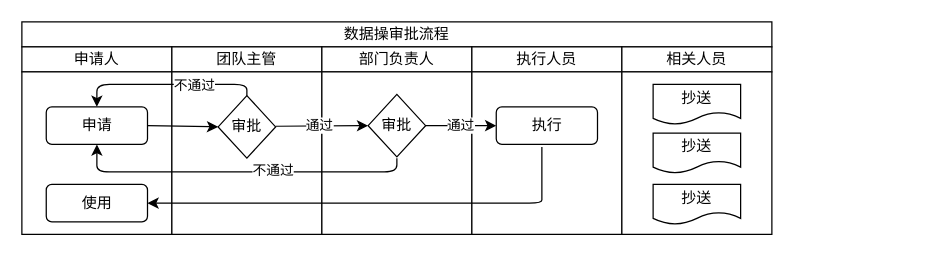
Before: Untitled Diagram.drawio in f4cknet/anjianrvms, a draw.io diagram. Source tidied: cells renumbered, new cells numbered last; positions are measured from the earlier drawing's top-left corner, leaving out a move shared by most shapes. Both pictures are drawn from the tidied source at 125%, with x=0, y=0 at pixel (21, 21).
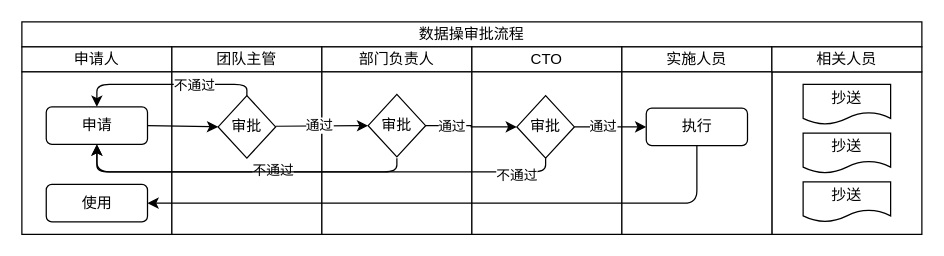
The same diagram, later.

Unchanged cells that the change refers to:
```xml
<mxCell id="9" value="申请" style="rounded=1;whiteSpace=wrap;html=1;" parent="1" vertex="1">
  <mxGeometry x="19.5" y="68" width="81" height="30" as="geometry" />
</mxCell>
<mxCell id="14" value="使用" style="rounded=1;whiteSpace=wrap;html=1;" parent="1" vertex="1">
  <mxGeometry x="19.5" y="130" width="81" height="30" as="geometry" />
</mxCell>
<mxCell id="17" value="审批" style="rhombus;whiteSpace=wrap;html=1;" parent="1" vertex="1">
  <mxGeometry x="277" y="58" width="46" height="50" as="geometry" />
</mxCell>
```

What changed in the source:
```diff
@@
+    <mxCell id="30" style="rounded=0;whiteSpace=wrap;html=1;fontStyle=1;" parent="1" vertex="1">
+      <mxGeometry x="600" y="40" width="120" height="130" as="geometry" />
+    </mxCell>
     <mxCell id="2" value="数据操审批流程" style="rounded=0;whiteSpace=wrap;html=1;" parent="1" vertex="1">
-      <mxGeometry width="600" height="20" as="geometry" />
+      <mxGeometry width="720" height="20" as="geometry" />
     </mxCell>
@@
-    <mxCell id="6" value="执行人员" style="rounded=0;whiteSpace=wrap;html=1;" parent="1" vertex="1">
+    <mxCell id="6" value="CTO" style="rounded=0;whiteSpace=wrap;html=1;" parent="1" vertex="1">
       <mxGeometry x="360" y="20" width="120" height="20" as="geometry" />
     </mxCell>
-    <mxCell id="7" value="相关人员" style="rounded=0;whiteSpace=wrap;html=1;" parent="1" vertex="1">
+    <mxCell id="7" value="实施人员" style="rounded=0;whiteSpace=wrap;html=1;" parent="1" vertex="1">
       <mxGeometry x="480" y="20" width="120" height="20" as="geometry" />
     </mxCell>
@@
-    <mxCell id="16" value="通过" style="edgeStyle=orthogonalEdgeStyle;rounded=0;jettySize=auto;html=1;exitX=1;exitY=0.5;exitDx=0;exitDy=0;entryX=0;entryY=0.5;entryDx=0;entryDy=0;" parent="1" edge="1" source="17" target="18">
-      <mxGeometry relative="1" as="geometry" />
-    </mxCell>
+    <mxCell id="31" style="edgeStyle=orthogonalEdgeStyle;rounded=0;jettySize=auto;html=1;exitX=1;exitY=0.5;exitDx=0;exitDy=0;entryX=0;entryY=0.5;entryDx=0;entryDy=0;" parent="1" edge="1" source="17" target="36">
+      <mxGeometry relative="1" as="geometry" />
+    </mxCell>
+    <mxCell id="32" value="通过" style="edgeLabel;html=1;align=center;verticalAlign=middle;" parent="31" vertex="1">
+      <mxGeometry x="-0.46" relative="1" as="geometry" />
+    </mxCell>
@@
     <mxCell id="18" value="执行" style="rounded=1;whiteSpace=wrap;html=1;" parent="1" vertex="1">
-      <mxGeometry x="379.5" y="68" width="81" height="30" as="geometry" />
+      <mxGeometry x="499.5" y="69" width="81" height="30" as="geometry" />
     </mxCell>
     <mxCell id="19" value="抄送" style="shape=document;whiteSpace=wrap;html=1;boundedLbl=1;" parent="1" vertex="1">
-      <mxGeometry x="505" y="50" width="70" height="32" as="geometry" />
+      <mxGeometry x="625" y="50" width="70" height="32" as="geometry" />
     </mxCell>
     <mxCell id="20" value="抄送" style="shape=document;whiteSpace=wrap;html=1;boundedLbl=1;" parent="1" vertex="1">
-      <mxGeometry x="505" y="130" width="70" height="32" as="geometry" />
+      <mxGeometry x="625" y="128" width="70" height="32" as="geometry" />
     </mxCell>
     <mxCell id="21" value="抄送" style="shape=document;whiteSpace=wrap;html=1;boundedLbl=1;" parent="1" vertex="1">
-      <mxGeometry x="505" y="89" width="70" height="32" as="geometry" />
+      <mxGeometry x="625" y="89" width="70" height="32" as="geometry" />
     </mxCell>
@@
-    <mxCell id="25" style="endArrow=classic;html=1;entryX=1;entryY=0.5;entryDx=0;entryDy=0;" parent="1" edge="1" target="14">
-      <mxGeometry relative="1" as="geometry">
-        <mxPoint x="416" y="100" as="sourcePoint" />
-        <Array as="points">
-          <mxPoint x="416" y="135" />
-          <mxPoint x="416" y="145" />
-        </Array>
-      </mxGeometry>
-    </mxCell>
@@
+    <mxCell id="33" value="相关人员" style="rounded=0;whiteSpace=wrap;html=1;" parent="1" vertex="1">
+      <mxGeometry x="600" y="20" width="120" height="20" as="geometry" />
+    </mxCell>
+    <mxCell id="34" style="edgeStyle=orthogonalEdgeStyle;rounded=0;jettySize=auto;html=1;exitX=1;exitY=0.5;exitDx=0;exitDy=0;entryX=0;entryY=0.5;entryDx=0;entryDy=0;" parent="1" edge="1" source="36" target="18">
+      <mxGeometry relative="1" as="geometry" />
+    </mxCell>
+    <mxCell id="35" value="通过" style="edgeLabel;html=1;align=center;verticalAlign=middle;" parent="34" vertex="1">
+      <mxGeometry x="-0.23" y="1" relative="1" as="geometry" />
+    </mxCell>
+    <mxCell id="36" value="审批" style="rhombus;whiteSpace=wrap;html=1;" parent="1" vertex="1">
+      <mxGeometry x="396" y="59" width="46" height="50" as="geometry" />
+    </mxCell>
+    <mxCell id="37" style="endArrow=classic;html=1;exitX=0.5;exitY=1;exitDx=0;exitDy=0;entryX=1;entryY=0.5;entryDx=0;entryDy=0;" parent="1" edge="1" source="18" target="14">
+      <mxGeometry relative="1" as="geometry">
+        <Array as="points">
+          <mxPoint x="540" y="145" />
+        </Array>
+      </mxGeometry>
+    </mxCell>
+    <mxCell id="38" style="endArrow=classic;html=1;exitX=0.5;exitY=1;exitDx=0;exitDy=0;entryX=0.5;entryY=1;entryDx=0;entryDy=0;" parent="1" edge="1" source="36" target="9">
+      <mxGeometry relative="1" as="geometry">
+        <Array as="points">
+          <mxPoint x="419" y="120" />
+          <mxPoint x="60" y="120" />
+        </Array>
+      </mxGeometry>
+    </mxCell>
+    <mxCell id="39" value="不通过" style="edgeLabel;html=1;align=center;verticalAlign=middle;" parent="38" vertex="1">
+      <mxGeometry x="-0.82" y="2" relative="1" as="geometry" />
+    </mxCell>
```
